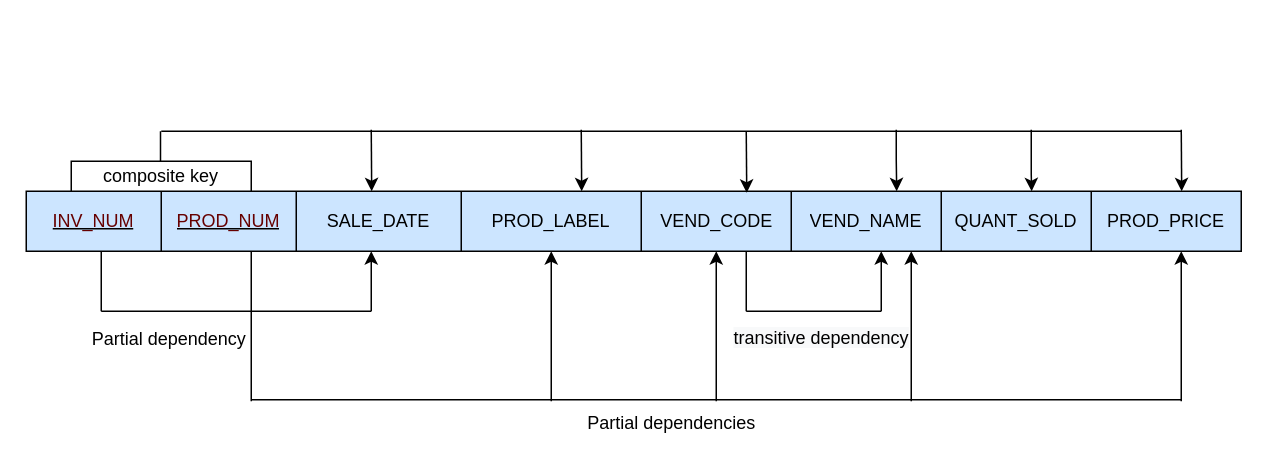
Earlier version of the draw.io diagram page "Page-1" (1 of 3) of Untitled Diagram.drawio (Sahitireddygaddam/Database-System-Concepts). Source tidied: cells renumbered, new cells numbered last; positions are measured from the earlier drawing's top-left corner, leaving out a move shared by most shapes. Both pictures are drawn from the tidied source at 150%, with x=0, y=0 at pixel (26, 129).
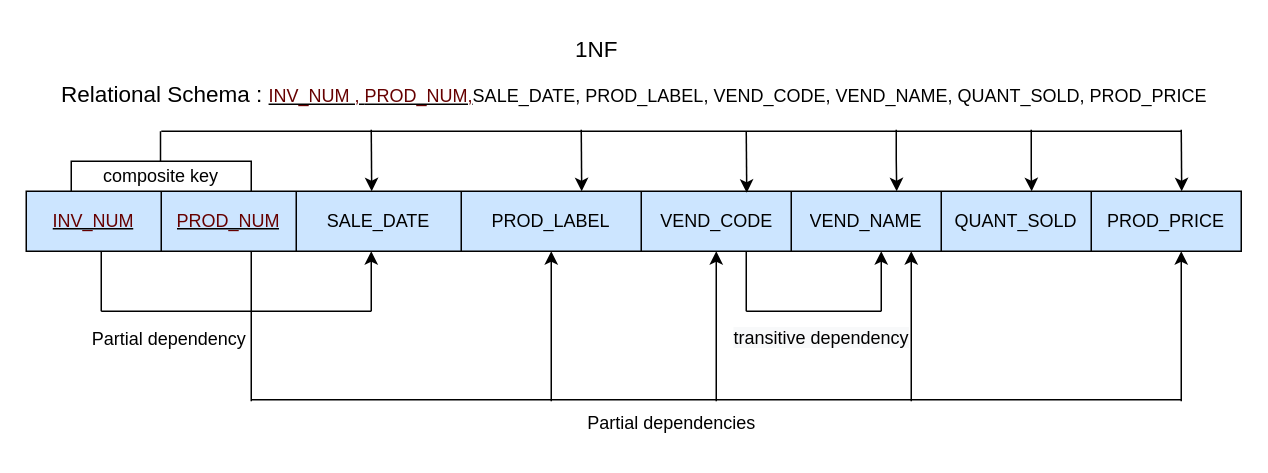
After the change.

What changed in the source:
```diff
@@
+    <mxCell id="37" value="Relational Schema :&amp;nbsp;&lt;u style=&quot;font-size: 12px;&quot;&gt;&lt;font color=&quot;#660000&quot;&gt;INV_NUM ,&amp;nbsp;&lt;/font&gt;&lt;/u&gt;&lt;u style=&quot;font-size: 12px;&quot;&gt;&lt;font color=&quot;#660000&quot;&gt;PROD_NUM,&lt;/font&gt;&lt;/u&gt;&lt;span style=&quot;font-size: 12px;&quot;&gt;SALE_DATE,&amp;nbsp;&lt;/span&gt;&lt;span style=&quot;font-size: 12px;&quot;&gt;PROD_LABEL,&amp;nbsp;&lt;/span&gt;&lt;span style=&quot;font-size: 12px;&quot;&gt;VEND_CODE,&amp;nbsp;&lt;/span&gt;&lt;span style=&quot;font-size: 12px;&quot;&gt;VEND_NAME,&amp;nbsp;&lt;/span&gt;&lt;span style=&quot;font-size: 12px;&quot;&gt;QUANT_SOLD,&amp;nbsp;&lt;/span&gt;&lt;span style=&quot;font-size: 12px;&quot;&gt;PROD_PRICE&lt;/span&gt;" style="text;html=1;align=center;verticalAlign=middle;fillColor=none;strokeColor=none;rounded=0;fontSize=15;fontColor=#000000;" parent="1" vertex="1">
+      <mxGeometry x="10" y="-39" width="790" height="30" as="geometry" />
+    </mxCell>
+    <mxCell id="38" value="1NF" style="text;html=1;align=center;verticalAlign=middle;fillColor=none;strokeColor=none;rounded=0;fontSize=15;fontColor=#000000;" parent="1" vertex="1">
+      <mxGeometry x="355" y="-69" width="50" height="30" as="geometry" />
+    </mxCell>
```
